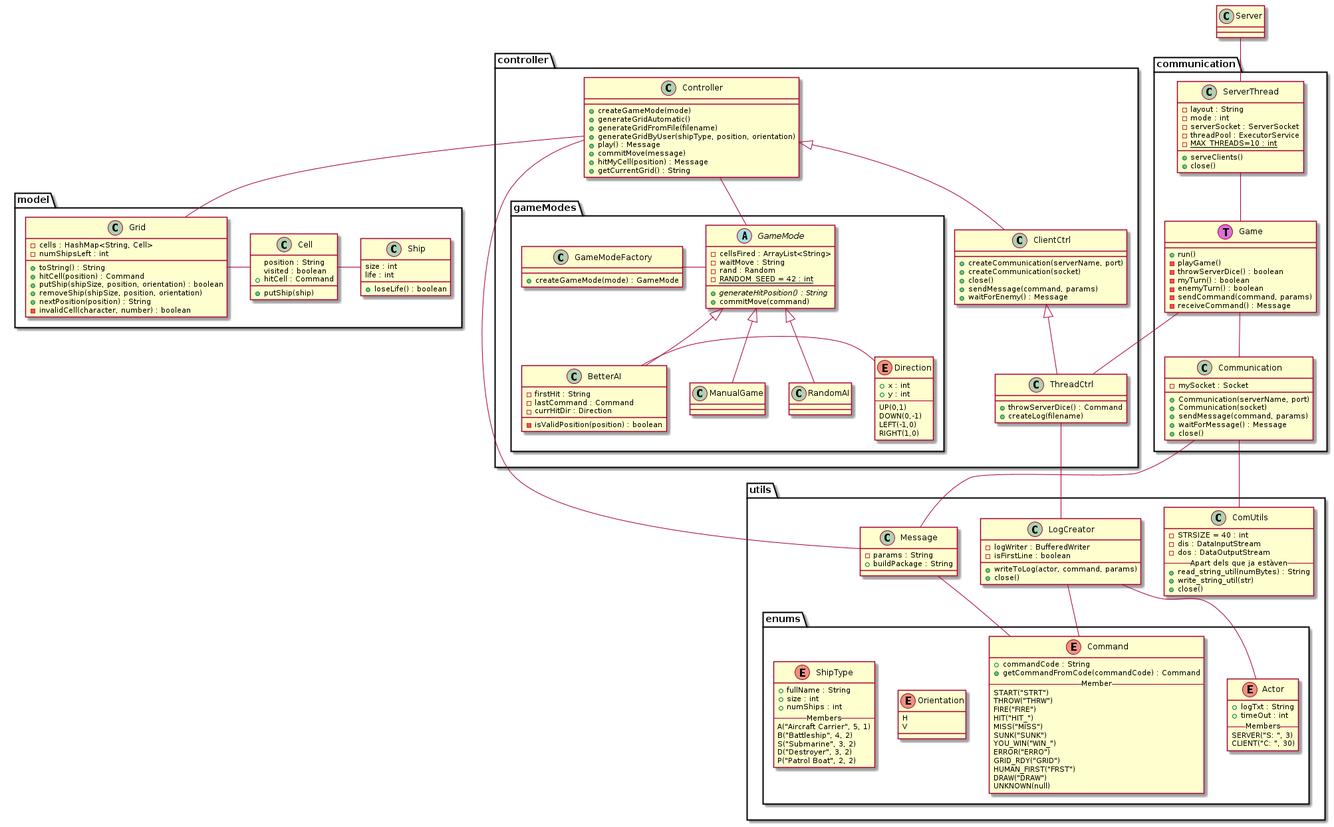
Above: diagrams/class-diagrams/threadsClasses.png in Solero93/DistributedSoftwareDevelopment (PlantUML), before the change.
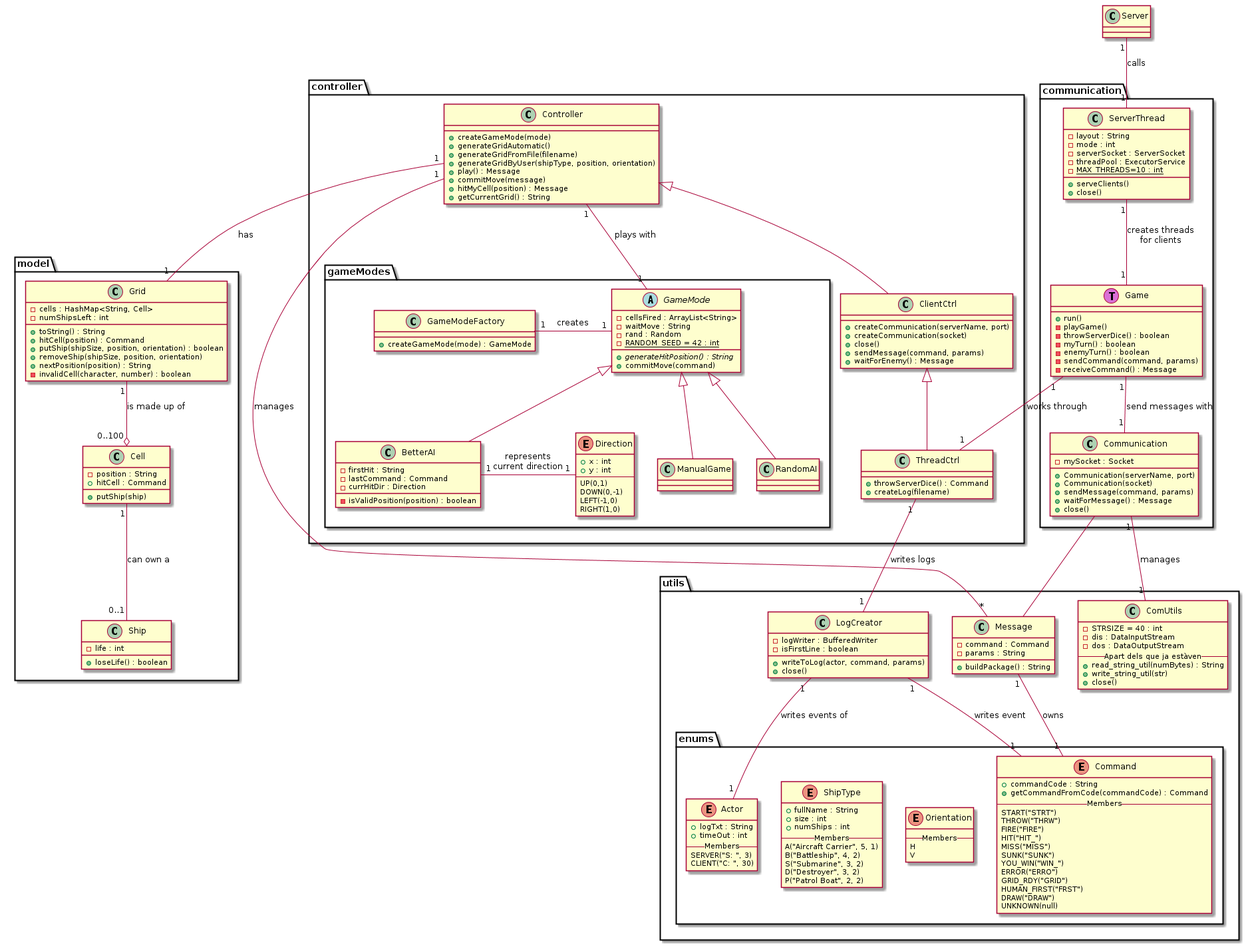
Later version of the same file.

Change to the diagram source:
```diff
@@ -2,18 +2,10 @@
 
 package utils {
 	package enums {
-		enum Actor {
-			+logTxt : String
-			+timeOut : int
-			-- Members --
-			SERVER("S: ", 3)
-			CLIENT("C: ", 30)
-		}
-
 		enum Command {
 			+commandCode : String
 			+getCommandFromCode(commandCode) : Command
-			-- Member --
+			-- Members --
 			START("STRT")
 			THROW("THRW")
 			FIRE("FIRE")
@@ -29,6 +21,7 @@
 		}
 
 		enum Orientation {
+			-- Members --
 			H
 			V
 		}
@@ -47,11 +40,12 @@
 	}
 
 	class Message {
+		-command : Command
 		-params : String
-		+buildPackage : String
+		+buildPackage() : String
 	}
 
-	Message -- Command
+	Message "1" -- "1" Command : owns
 }
 
 package model {
@@ -67,20 +61,18 @@
 	}
 
 	class Cell {
-		position : String
-		visited : boolean
+		-position : String
 		+hitCell : Command
 		+putShip(ship)
 	}
 
 	class Ship {
-		size : int
-		life : int
+		-life : int
 		+loseLife() : boolean
 	}
 
-	Grid - Cell
-	Cell - Ship
+	Grid "1" --o "0..100" Cell : is made up of
+	Cell "1" -- "0..1" Ship : can own a
 }
 
 package controller {
@@ -98,7 +90,7 @@
 			+commitMove(command)
 		}
 
-		GameModeFactory - GameMode
+		GameModeFactory "1" - "1" GameMode : creates
 
 		class ManualGame extends GameMode {
 		}
@@ -123,7 +115,7 @@
 			RIGHT(1,0)
 		}
 
-		BetterAI - Direction
+		BetterAI "1" - "1" Direction : represents\ncurrent direction
 	}
 
 	class Controller {
@@ -137,11 +129,21 @@
 		+getCurrentGrid() : String
 	}
 
-	Controller - GameMode
-	Controller -- Message
-	Controller - Grid
+	Controller "1" - "1" GameMode : plays with
+	Controller "1" -- "*" Message : manages
+	Controller "1" - "1" Grid : has
 }
 package utils {
+	package enums {
+		enum Actor {
+			+logTxt : String
+			+timeOut : int
+			-- Members --
+			SERVER("S: ", 3)
+			CLIENT("C: ", 30)
+		}
+	}
+
 	class LogCreator {
 		-logWriter : BufferedWriter
 		-isFirstLine : boolean
@@ -149,8 +151,8 @@
 		+close()
 	}
 
-	LogCreator -- Actor
-	LogCreator -- Command
+	LogCreator "1" -- "1" Actor : writes events of
+	LogCreator "1" -- "1" Command : writes event
 }
 package utils {
 	class ComUtils {
@@ -185,7 +187,7 @@
 	}
 
 	Communication -- Message
-	Communication -- ComUtils
+	Communication "1" -- "1" ComUtils : manages
 }
 
 package controller {
@@ -194,7 +196,7 @@
 		+createLog(filename)
 	}
 
-	ThreadCtrl -- LogCreator
+	ThreadCtrl "1" -- "1" LogCreator : writes logs
 }
 
 package communication {
@@ -218,15 +220,15 @@
 		-receiveCommand() : Message
 	}
 
-	Game -- ThreadCtrl
-	Game -- Communication
-	ServerThread -- Game
+	Game "1" -- "1" ThreadCtrl : works through
+	Game "1" -- "1" Communication : send messages with
+	ServerThread "1" -- "1" Game : creates threads\nfor clients
 }
 
 class Server {
 
 }
 
-Server -- ServerThread
+Server "1" -- "1" ServerThread : calls
 
 @enduml
```
